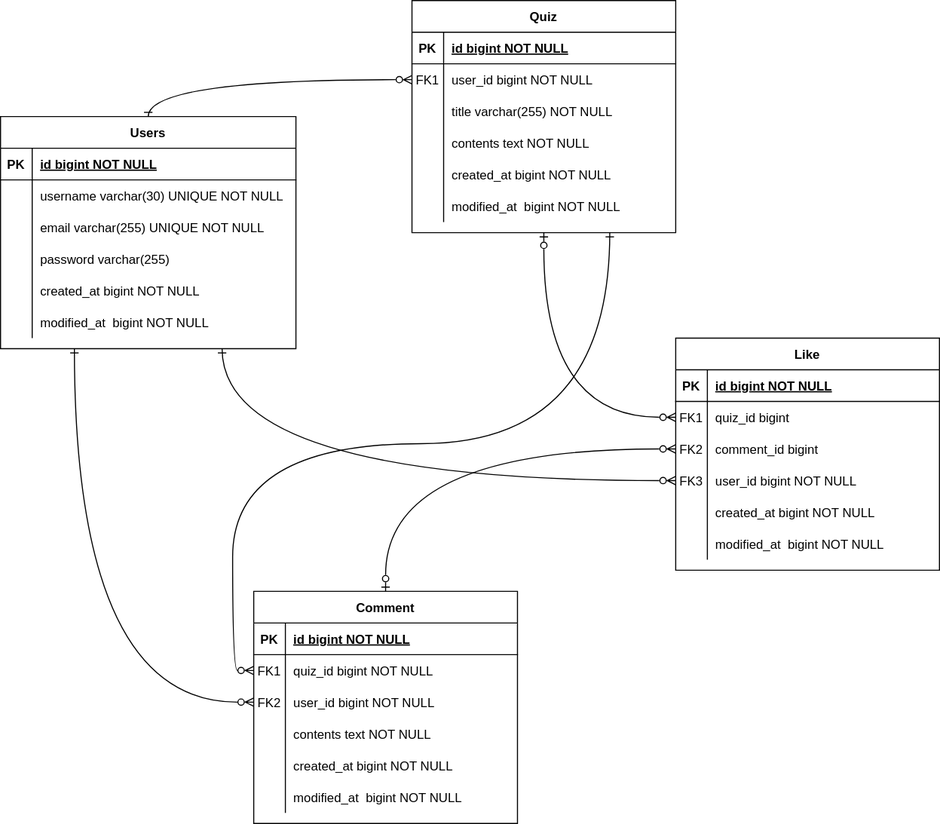
Before: document/erd.svg, a diagram exported from draw.io (leesh5000/Quiz-Moa-BE). Source tidied: cells renumbered, new cells last; positions are measured from the earlier drawing's top-left corner, leaving out a move shared by most shapes.
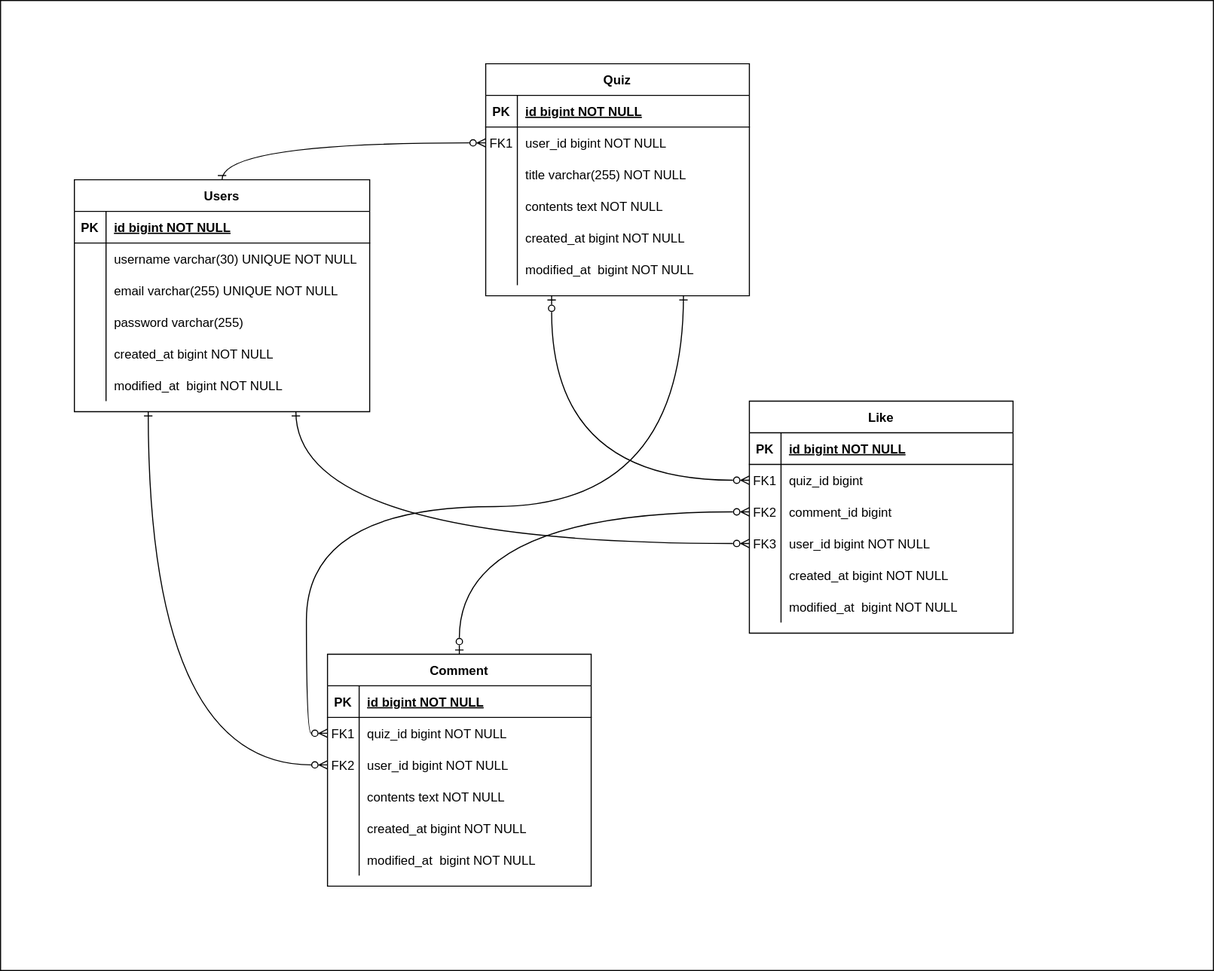
After the commit.

Diff of the diagram source:
```diff
@@ -2,6 +2,9 @@
   <root>
     <mxCell id="0" />
     <mxCell id="1" parent="0" />
+    <mxCell id="84" style="rounded=0;whiteSpace=wrap;html=1;" parent="1" vertex="1">
+      <mxGeometry x="-70" y="-60" width="1150" height="920" as="geometry" />
+    </mxCell>
     <mxCell id="2" value="Quiz" style="shape=table;startSize=30;rowLines=0;fontStyle=1;align=center;" parent="1" vertex="1">
       <mxGeometry x="390" width="250" height="220" as="geometry" />
     </mxCell>
```
